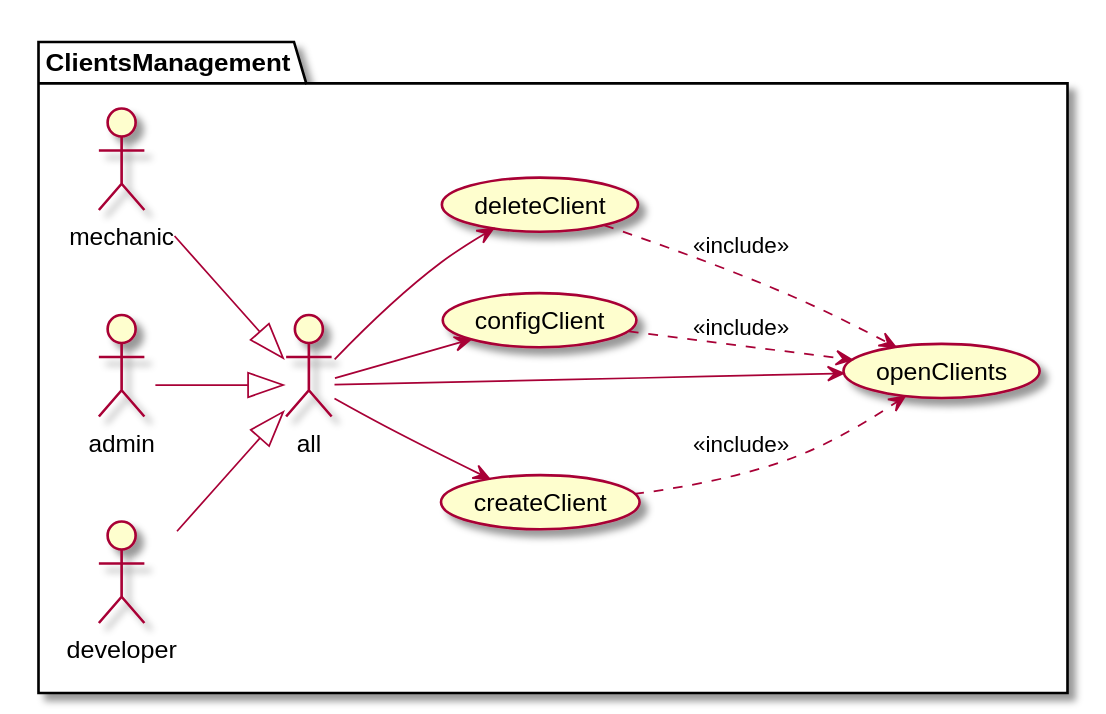
This is documentation/1usecasesview/usecases/svg/clientUsecases.svg from Ruskab/agrimManager, a PlantUML export, as it was before one commit.
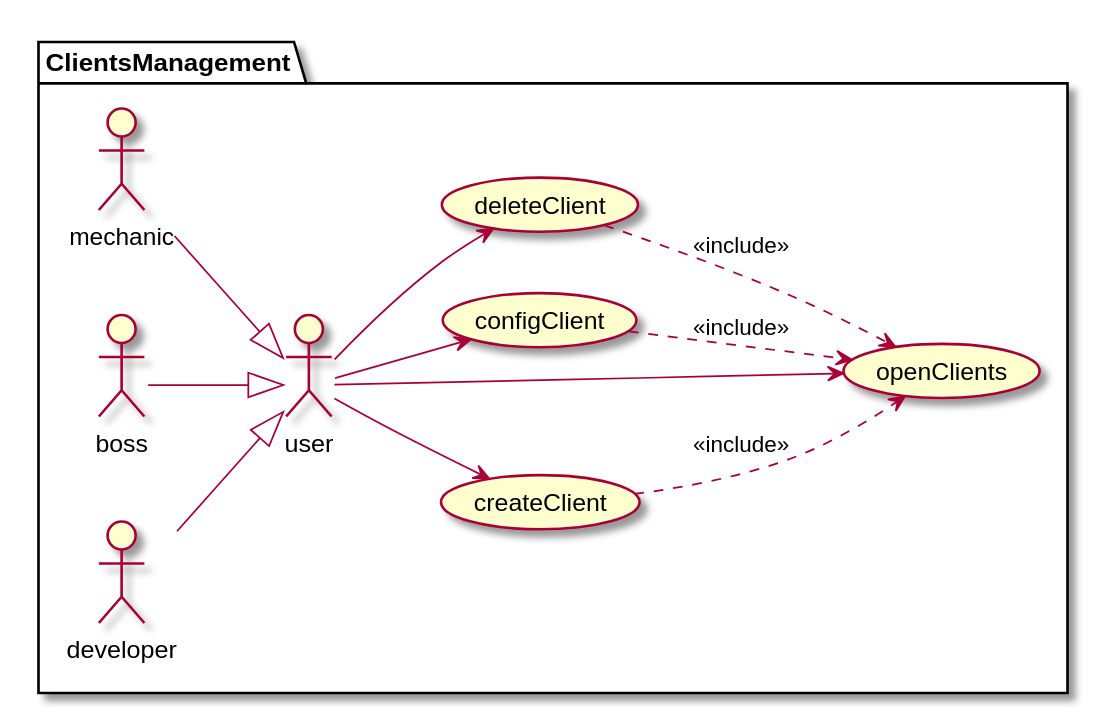
The same diagram one commit later.

Change to the diagram source:
```diff
@@ -3,17 +3,17 @@
 left to right direction
 
 package ClientsManagement {
-:mechanic: --|> :all:
-:admin: --|> :all:
-:developer: --|> :all:
+:mechanic: --|> :user:
+:boss: --|> :user:
+:developer: --|> :user:
 
-:all: --> (createClient)
+:user: --> (createClient)
 (createClient) ..> (openClients) : <<include>>
-:all: --> (configClient)
+:user: --> (configClient)
 (configClient) ..> (openClients) : <<include>>
-:all: --> (deleteClient)
+:user: --> (deleteClient)
 (deleteClient) ..> (openClients) : <<include>>
-:all: --> (openClients)
+:user: --> (openClients)
 }
 
 @enduml
```
